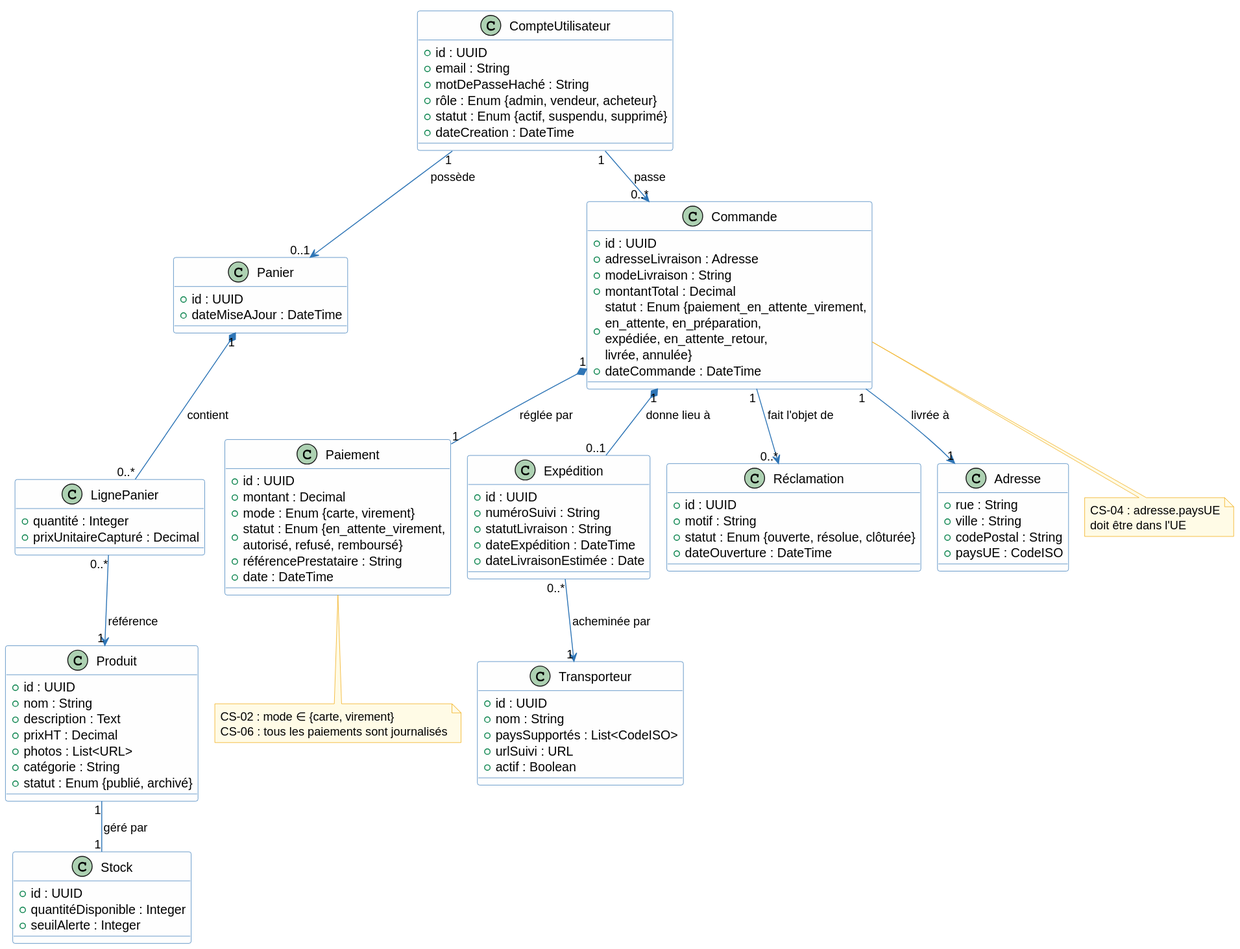
Above: architecture/02-system-analysis/diagrams/sa-classes.svg in louistalvande/online_shop (PlantUML), before the change.
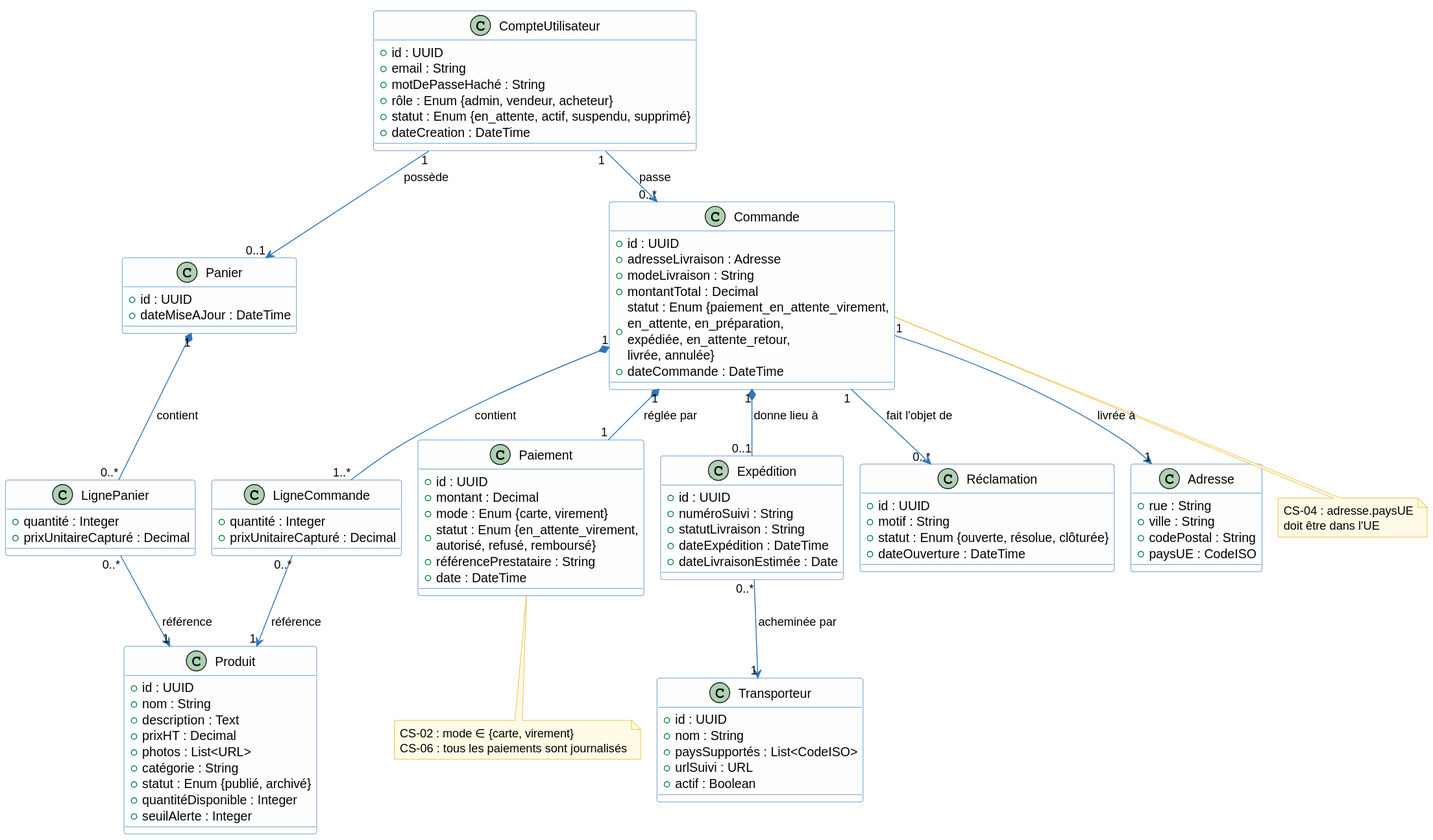
After the change.

What changed in the source:
```diff
@@ -10,7 +10,7 @@
   + email : String
   + motDePasseHaché : String
   + rôle : Enum {admin, vendeur, acheteur}
-  + statut : Enum {actif, suspendu, supprimé}
+  + statut : Enum {en_attente, actif, suspendu, supprimé}
   + dateCreation : DateTime
 }
 
@@ -22,10 +22,6 @@
   + photos : List<URL>
   + catégorie : String
   + statut : Enum {publié, archivé}
-}
-
-class Stock {
-  + id : UUID
   + quantitéDisponible : Integer
   + seuilAlerte : Integer
 }
@@ -36,6 +32,11 @@
 }
 
 class LignePanier {
+  + quantité : Integer
+  + prixUnitaireCapturé : Decimal
+}
+
+class LigneCommande {
   + quantité : Integer
   + prixUnitaireCapturé : Decimal
 }
@@ -92,7 +93,8 @@
 CompteUtilisateur "1" --> "0..*" Commande : passe
 Panier "1" *-- "0..*" LignePanier : contient
 LignePanier "0..*" --> "1" Produit : référence
-Produit "1" -- "1" Stock : géré par
+Commande "1" *-- "1..*" LigneCommande : contient
+LigneCommande "0..*" --> "1" Produit : référence
 Commande "1" *-- "1" Paiement : réglée par
 Commande "1" *-- "0..1" Expédition : donne lieu à
 Commande "1" --> "0..*" Réclamation : fait l'objet de
```
